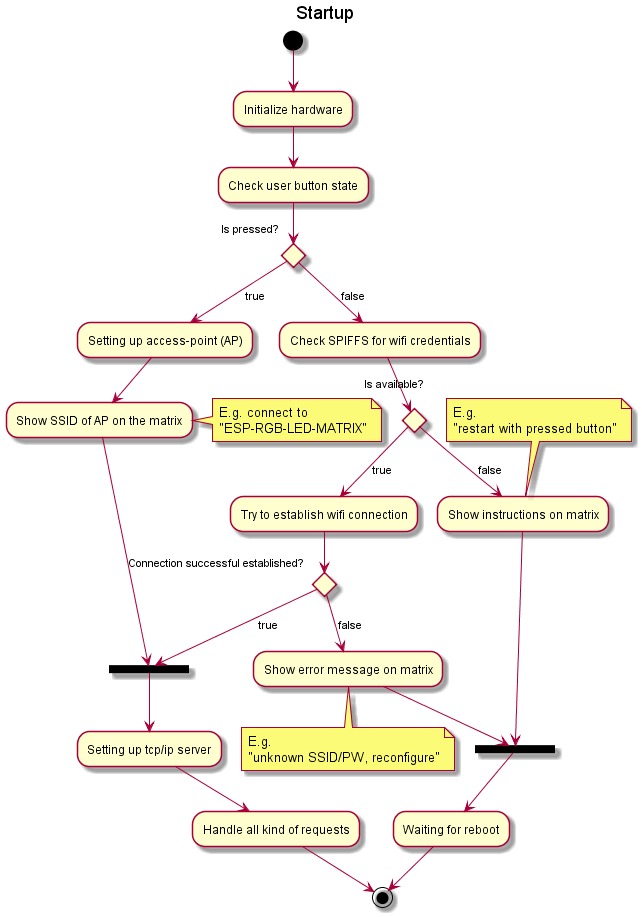
Earlier version of the PlantUML export doc/design/startup.png (BlueAndi/Pixelix).
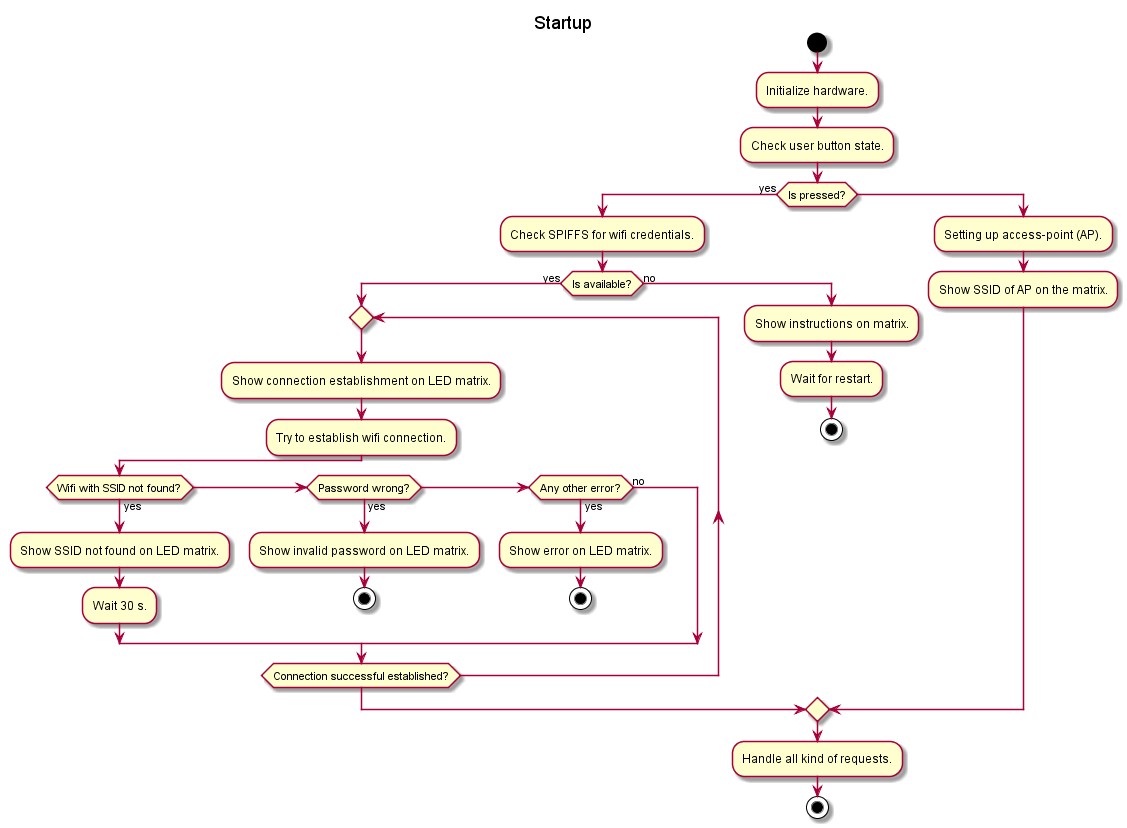
The same diagram one commit later.

Commit message:
Startup extended and format changed to new plantuml format for activity diagrams.

The edit, as a diff of the source:
```diff
@@ -1,47 +1,50 @@
 @startuml
 title Startup
 
-(*) --> "Initialize hardware"
+start
+:Initialize hardware.;
+:Check user button state.;
 
---> "Check user button state"
+if (Is pressed?) then (yes)
 
-if "Is pressed?" then
-    --> [false] "Check SPIFFS for wifi credentials"
-    if "Is available?" then
-        --> [false] "Show instructions on matrix"
-        note top
-            E.g.
-            "restart with pressed button"
-        end note
-        --> ===Failed===
-    else
-        --> [true] "Try to establish wifi connection"
-        if "Connection successful established?" then
-            --> [false] "Show error message on matrix"
-            note bottom
-                E.g.
-                "unknown SSID/PW, reconfigure"
-            end note
-            --> ===Failed===
-        else
-            --> [true] ===Success===
-        endif
+    :Check SPIFFS for wifi credentials.;
+
+    if (Is available?) then (yes)
+
+        repeat
+            :Show connection establishment on LED matrix.;
+            :Try to establish wifi connection.;
+
+            if (Wifi with SSID not found?) then (yes)
+                :Show SSID not found on LED matrix.;
+                :Wait 30 s.;
+            else if (Password wrong?) then (yes)
+                :Show invalid password on LED matrix.;
+                stop
+            else if (Any other error?) then (yes)
+                :Show error on LED matrix.;
+                stop
+            else (no)
+            endif
+
+        repeat while(Connection successful established?)
+
+    else (no)
+
+        :Show instructions on matrix.;
+        :Wait for restart.;
+        stop
+
     endif
+
 else
-    --> [true] "Setting up access-point (AP)"
-    --> "Show SSID of AP on the matrix"
-    note right
-        E.g. connect to
-        "ESP-RGB-LED-MATRIX"
-    end note
-    --> ===Success===
+
+    :Setting up access-point (AP).;
+    :Show SSID of AP on the matrix.;
+
 endif
 
-===Failed=== --> "Waiting for reboot"
---> (*)
-
-===Success=== --> "Setting up tcp/ip server"
---> "Handle all kind of requests"
---> (*)
+:Handle all kind of requests.;
+stop
 
 @enduml
```
